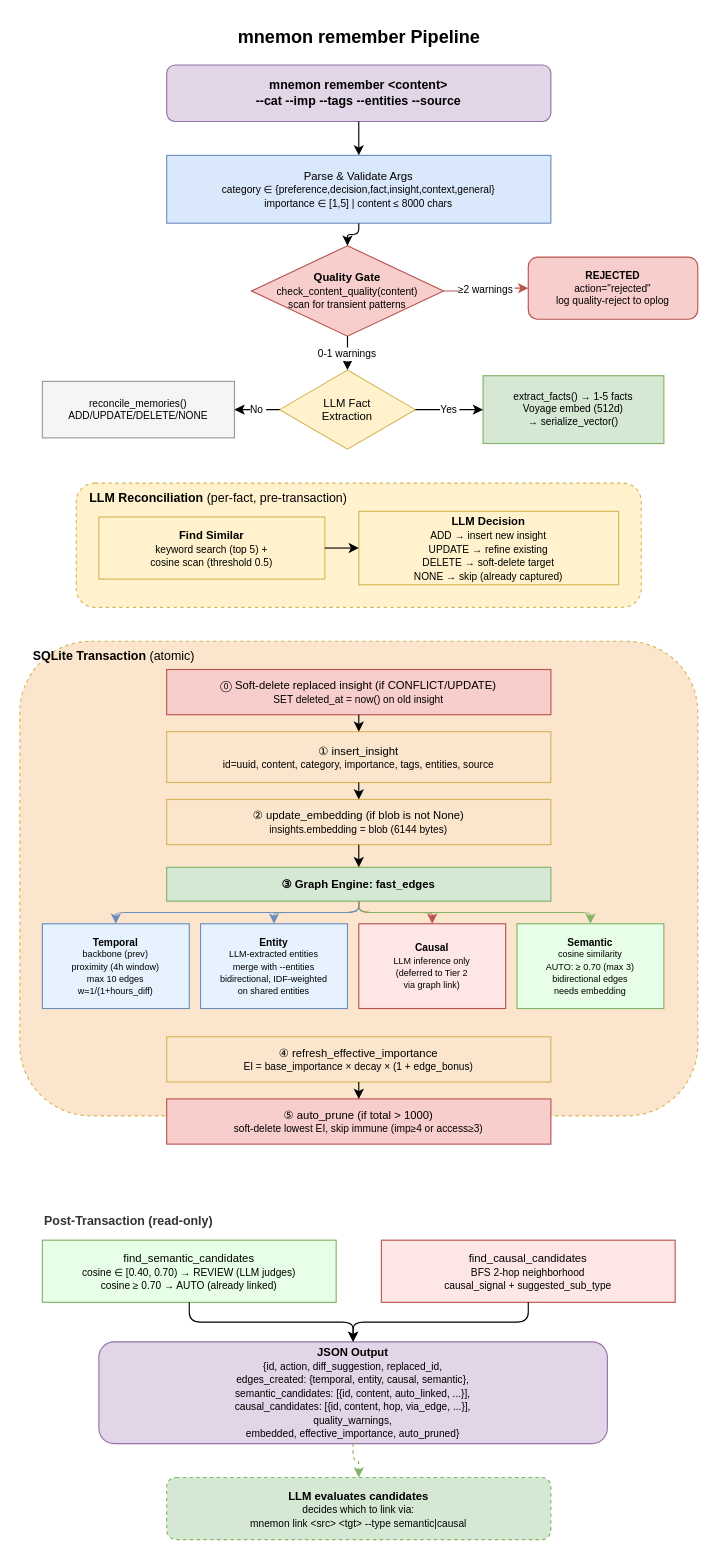
This is docs/diagrams/02-remember-pipeline.drawio from bissli/memman, a draw.io file, before an edit. Source tidied: cells renumbered, new cells numbered last; positions are measured from the earlier drawing's top-left corner, leaving out a move shared by most shapes. Both pictures are drawn from the tidied source at 113%, with x=0, y=0 at pixel (19, 19).
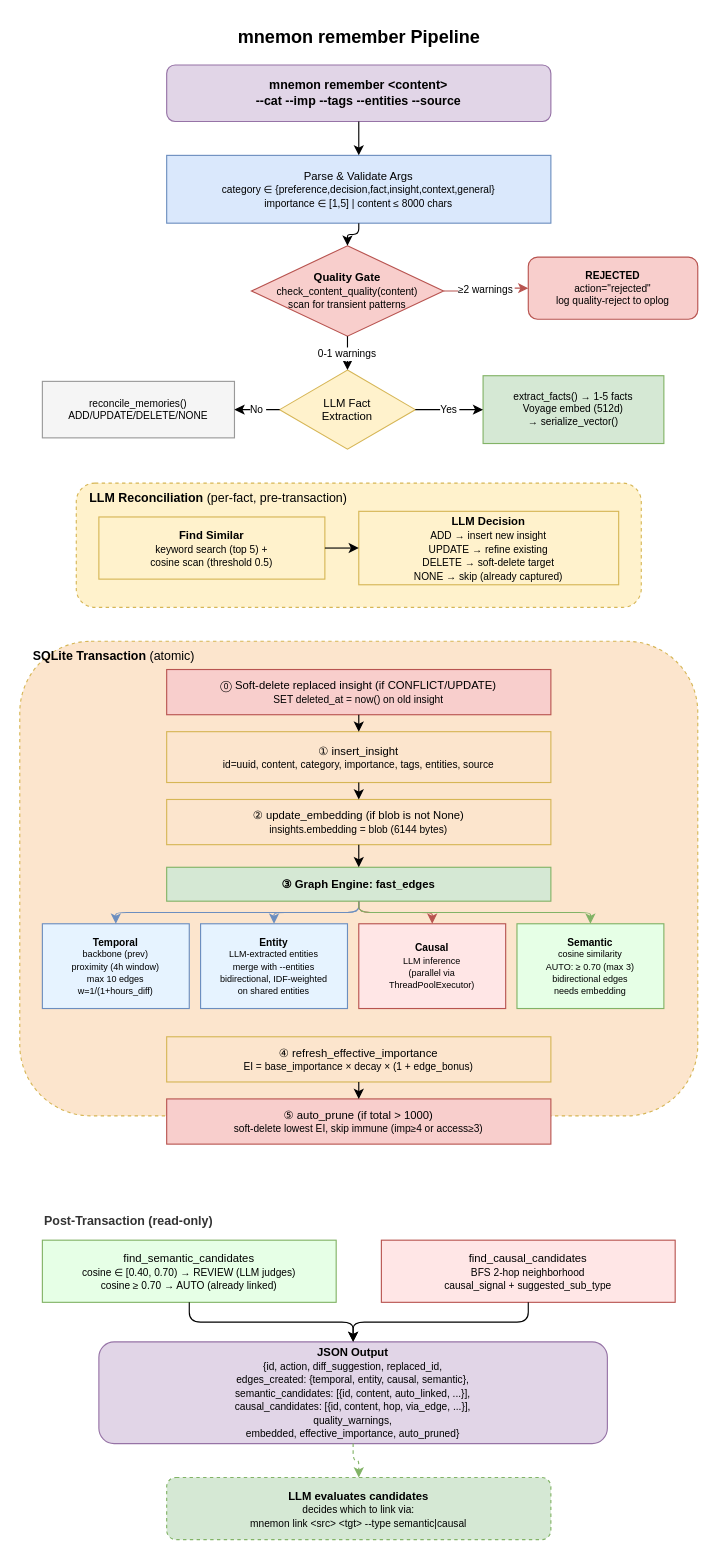
The same page after the edit.

Change to the diagram source:
```diff
@@
-    <mxCell id="30" value="&lt;b&gt;Causal&lt;/b&gt;&lt;br&gt;&lt;font style=&quot;font-size:8px&quot;&gt;LLM inference only&lt;br&gt;(deferred to Tier 2&lt;br&gt;via graph link)&lt;/font&gt;" style="rounded=0;whiteSpace=wrap;html=1;fontSize=9;fillColor=#FFE6E6;strokeColor=#b85450;" parent="1" vertex="1">
+    <mxCell id="30" value="&lt;b&gt;Causal&lt;/b&gt;&lt;br&gt;&lt;font style=&quot;font-size:8px&quot;&gt;LLM inference&lt;br&gt;(parallel via&lt;br&gt;ThreadPoolExecutor)&lt;/font&gt;" style="rounded=0;whiteSpace=wrap;html=1;fontSize=9;fillColor=#FFE6E6;strokeColor=#b85450;" parent="1" vertex="1">
       <mxGeometry x="300" y="800" width="130" height="75" as="geometry" />
     </mxCell>
```
